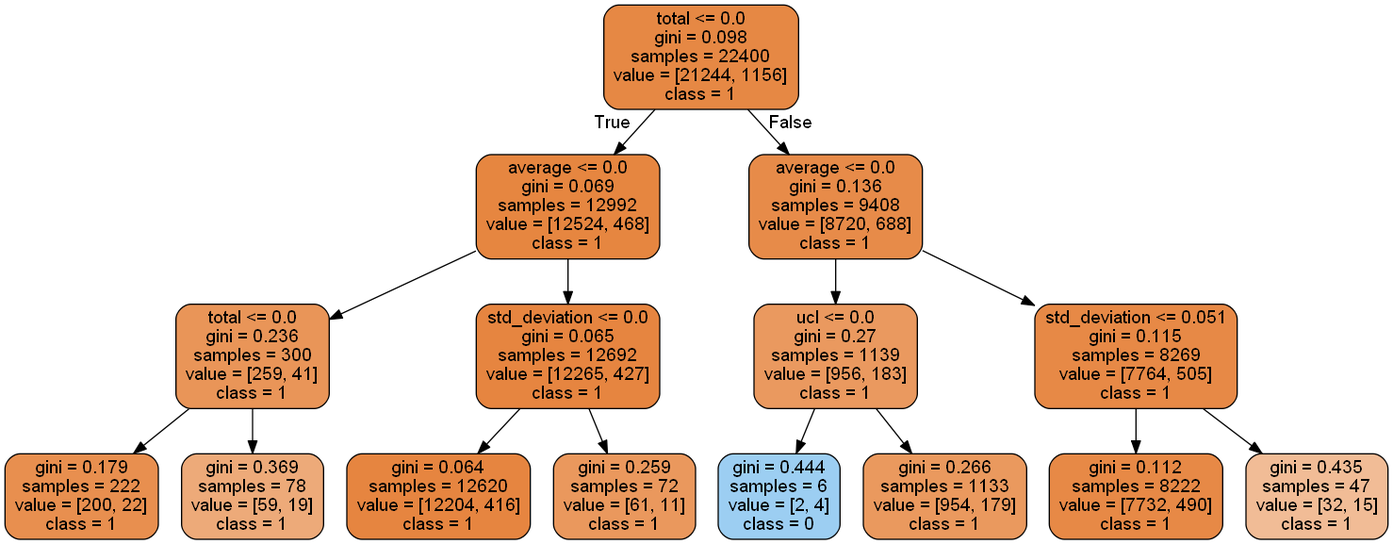
Earlier version of the Graphviz export data_tree2.png (araygada/MachineLearning_TrabajoFinal). Its source is kept beside it as data_tree2.dot. The source it was exported from:
```dot
digraph Tree {
node [shape=box, style="filled, rounded", color="black", fontname=helvetica] ;
edge [fontname=helvetica] ;
0 [label="total <= 0.0\ngini = 0.098\nsamples = 22400\nvalue = [21244, 1156]\nclass = 1", fillcolor="#e68844"] ;
1 [label="average <= 0.0\ngini = 0.069\nsamples = 12992\nvalue = [12524, 468]\nclass = 1", fillcolor="#e68640"] ;
0 -> 1 [labeldistance=2.5, labelangle=45, headlabel="True"] ;
2 [label="total <= 0.0\ngini = 0.236\nsamples = 300\nvalue = [259, 41]\nclass = 1", fillcolor="#e99558"] ;
1 -> 2 ;
3 [label="gini = 0.179\nsamples = 222\nvalue = [200, 22]\nclass = 1", fillcolor="#e88f4f"] ;
2 -> 3 ;
4 [label="gini = 0.369\nsamples = 78\nvalue = [59, 19]\nclass = 1", fillcolor="#edaa79"] ;
2 -> 4 ;
5 [label="std_deviation <= 0.0\ngini = 0.065\nsamples = 12692\nvalue = [12265, 427]\nclass = 1", fillcolor="#e68540"] ;
1 -> 5 ;
6 [label="gini = 0.064\nsamples = 12620\nvalue = [12204, 416]\nclass = 1", fillcolor="#e68540"] ;
5 -> 6 ;
7 [label="gini = 0.259\nsamples = 72\nvalue = [61, 11]\nclass = 1", fillcolor="#ea985d"] ;
5 -> 7 ;
8 [label="average <= 0.0\ngini = 0.136\nsamples = 9408\nvalue = [8720, 688]\nclass = 1", fillcolor="#e78b49"] ;
0 -> 8 [labeldistance=2.5, labelangle=-45, headlabel="False"] ;
9 [label="ucl <= 0.0\ngini = 0.27\nsamples = 1139\nvalue = [956, 183]\nclass = 1", fillcolor="#ea995f"] ;
8 -> 9 ;
10 [label="gini = 0.444\nsamples = 6\nvalue = [2, 4]\nclass = 0", fillcolor="#9ccef2"] ;
9 -> 10 ;
11 [label="gini = 0.266\nsamples = 1133\nvalue = [954, 179]\nclass = 1", fillcolor="#ea995e"] ;
9 -> 11 ;
12 [label="std_deviation <= 0.051\ngini = 0.115\nsamples = 8269\nvalue = [7764, 505]\nclass = 1", fillcolor="#e78946"] ;
8 -> 12 ;
13 [label="gini = 0.112\nsamples = 8222\nvalue = [7732, 490]\nclass = 1", fillcolor="#e78946"] ;
12 -> 13 ;
14 [label="gini = 0.435\nsamples = 47\nvalue = [32, 15]\nclass = 1", fillcolor="#f1bc96"] ;
12 -> 14 ;
}
```
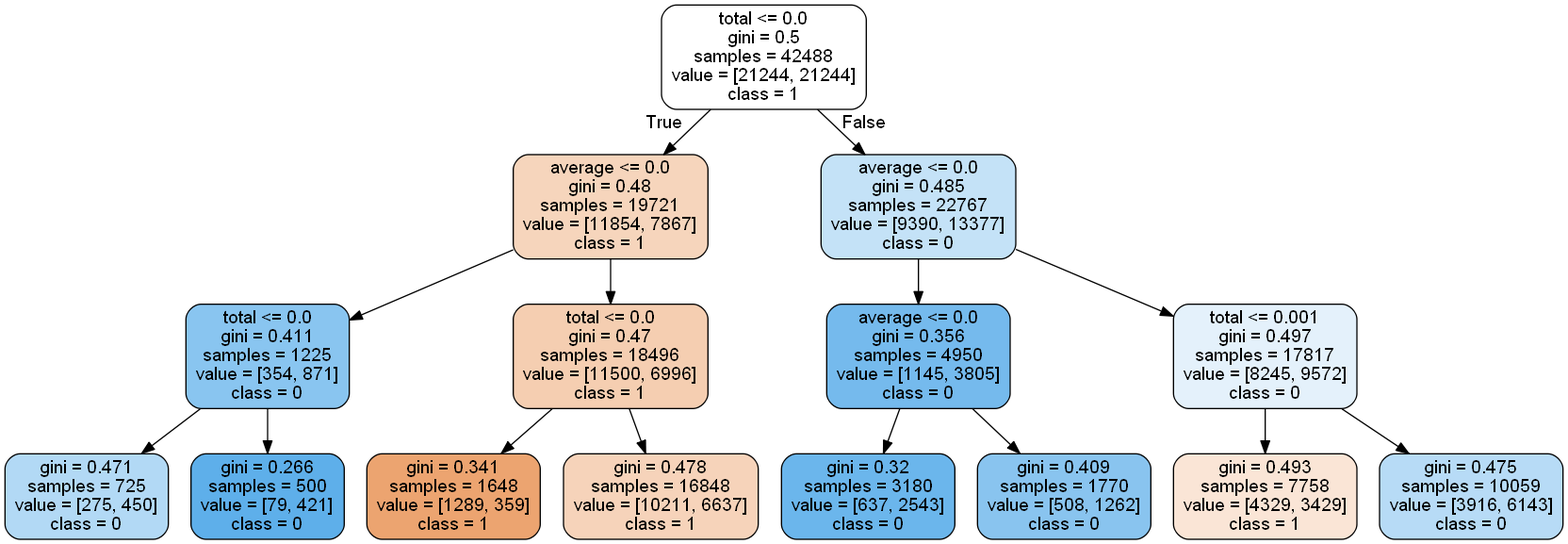
After the change.

Change to the diagram source:
```diff
@@ -1,33 +1,33 @@
 digraph Tree {
 node [shape=box, style="filled, rounded", color="black", fontname=helvetica] ;
 edge [fontname=helvetica] ;
-0 [label="total <= 0.0\ngini = 0.098\nsamples = 22400\nvalue = [21244, 1156]\nclass = 1", fillcolor="#e68844"] ;
-1 [label="average <= 0.0\ngini = 0.069\nsamples = 12992\nvalue = [12524, 468]\nclass = 1", fillcolor="#e68640"] ;
+0 [label="total <= 0.0\ngini = 0.5\nsamples = 42488\nvalue = [21244, 21244]\nclass = 1", fillcolor="#ffffff"] ;
+1 [label="average <= 0.0\ngini = 0.48\nsamples = 19721\nvalue = [11854, 7867]\nclass = 1", fillcolor="#f6d5bc"] ;
 0 -> 1 [labeldistance=2.5, labelangle=45, headlabel="True"] ;
-2 [label="total <= 0.0\ngini = 0.236\nsamples = 300\nvalue = [259, 41]\nclass = 1", fillcolor="#e99558"] ;
+2 [label="total <= 0.0\ngini = 0.411\nsamples = 1225\nvalue = [354, 871]\nclass = 0", fillcolor="#89c5f0"] ;
 1 -> 2 ;
-3 [label="gini = 0.179\nsamples = 222\nvalue = [200, 22]\nclass = 1", fillcolor="#e88f4f"] ;
+3 [label="gini = 0.471\nsamples = 725\nvalue = [275, 450]\nclass = 0", fillcolor="#b2d9f5"] ;
 2 -> 3 ;
-4 [label="gini = 0.369\nsamples = 78\nvalue = [59, 19]\nclass = 1", fillcolor="#edaa79"] ;
+4 [label="gini = 0.266\nsamples = 500\nvalue = [79, 421]\nclass = 0", fillcolor="#5eafea"] ;
 2 -> 4 ;
-5 [label="std_deviation <= 0.0\ngini = 0.065\nsamples = 12692\nvalue = [12265, 427]\nclass = 1", fillcolor="#e68540"] ;
+5 [label="total <= 0.0\ngini = 0.47\nsamples = 18496\nvalue = [11500, 6996]\nclass = 1", fillcolor="#f5ceb1"] ;
 1 -> 5 ;
-6 [label="gini = 0.064\nsamples = 12620\nvalue = [12204, 416]\nclass = 1", fillcolor="#e68540"] ;
+6 [label="gini = 0.341\nsamples = 1648\nvalue = [1289, 359]\nclass = 1", fillcolor="#eca470"] ;
 5 -> 6 ;
-7 [label="gini = 0.259\nsamples = 72\nvalue = [61, 11]\nclass = 1", fillcolor="#ea985d"] ;
+7 [label="gini = 0.478\nsamples = 16848\nvalue = [10211, 6637]\nclass = 1", fillcolor="#f6d3ba"] ;
 5 -> 7 ;
-8 [label="average <= 0.0\ngini = 0.136\nsamples = 9408\nvalue = [8720, 688]\nclass = 1", fillcolor="#e78b49"] ;
+8 [label="average <= 0.0\ngini = 0.485\nsamples = 22767\nvalue = [9390, 13377]\nclass = 0", fillcolor="#c4e2f7"] ;
 0 -> 8 [labeldistance=2.5, labelangle=-45, headlabel="False"] ;
-9 [label="ucl <= 0.0\ngini = 0.27\nsamples = 1139\nvalue = [956, 183]\nclass = 1", fillcolor="#ea995f"] ;
+9 [label="average <= 0.0\ngini = 0.356\nsamples = 4950\nvalue = [1145, 3805]\nclass = 0", fillcolor="#75baed"] ;
 8 -> 9 ;
-10 [label="gini = 0.444\nsamples = 6\nvalue = [2, 4]\nclass = 0", fillcolor="#9ccef2"] ;
+10 [label="gini = 0.32\nsamples = 3180\nvalue = [637, 2543]\nclass = 0", fillcolor="#6bb6ec"] ;
 9 -> 10 ;
-11 [label="gini = 0.266\nsamples = 1133\nvalue = [954, 179]\nclass = 1", fillcolor="#ea995e"] ;
+11 [label="gini = 0.409\nsamples = 1770\nvalue = [508, 1262]\nclass = 0", fillcolor="#89c4ef"] ;
 9 -> 11 ;
-12 [label="std_deviation <= 0.051\ngini = 0.115\nsamples = 8269\nvalue = [7764, 505]\nclass = 1", fillcolor="#e78946"] ;
+12 [label="total <= 0.001\ngini = 0.497\nsamples = 17817\nvalue = [8245, 9572]\nclass = 0", fillcolor="#e4f1fb"] ;
 8 -> 12 ;
-13 [label="gini = 0.112\nsamples = 8222\nvalue = [7732, 490]\nclass = 1", fillcolor="#e78946"] ;
+13 [label="gini = 0.493\nsamples = 7758\nvalue = [4329, 3429]\nclass = 1", fillcolor="#fae5d6"] ;
 12 -> 13 ;
-14 [label="gini = 0.435\nsamples = 47\nvalue = [32, 15]\nclass = 1", fillcolor="#f1bc96"] ;
+14 [label="gini = 0.475\nsamples = 10059\nvalue = [3916, 6143]\nclass = 0", fillcolor="#b7dbf6"] ;
 12 -> 14 ;
 }
```
